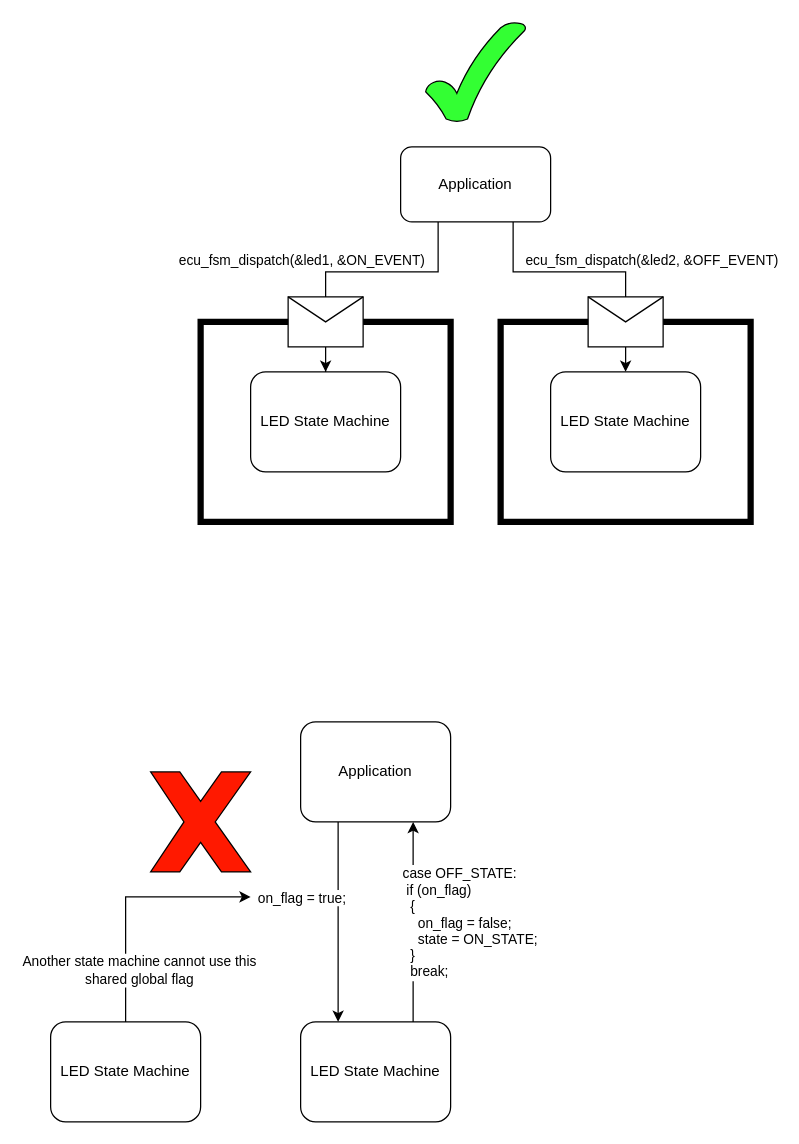
Earlier version of the draw.io diagram page "event_driven_paradigm_multiple_instances" (10 of 15) of doc/images/fsm/fsm.drawio (ress059/ecu). Source tidied: cells renumbered, new cells numbered last; positions are measured from the earlier drawing's top-left corner, leaving out a move shared by most shapes. Both pictures are drawn from the tidied source at 125%, with x=0, y=0 at pixel (50, 21).
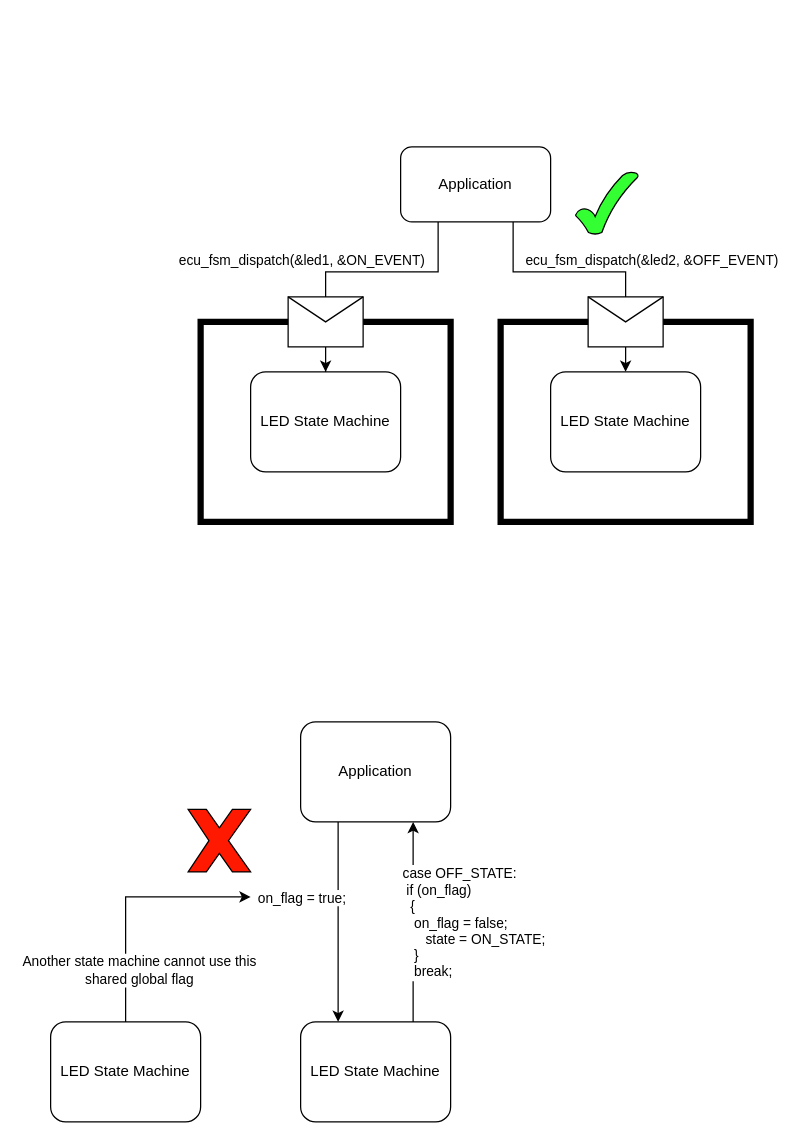
The same page after the edit.

The change refers to these unchanged cells:
```xml
<mxCell id="5" style="edgeStyle=orthogonalEdgeStyle;rounded=0;jettySize=auto;html=1;entryX=0.75;entryY=1;entryDx=0;entryDy=0;exitX=0.75;exitY=0;exitDx=0;exitDy=0;" parent="1" edge="1" source="7" target="10">
  <mxGeometry relative="1" as="geometry" />
</mxCell>
```

The edit, as a diff of the source:
```diff
@@
-    <mxCell id="6" value="case OFF_STATE:&lt;br&gt;&lt;span style=&quot;white-space: pre;&quot;&gt; &lt;/span&gt;if (on_flag)&lt;br&gt;&lt;span style=&quot;white-space: pre;&quot;&gt; &lt;span style=&quot;white-space: pre;&quot;&gt; &lt;/span&gt;&lt;/span&gt;{&lt;br&gt;&lt;span style=&quot;white-space: pre;&quot;&gt; &lt;/span&gt;&lt;span style=&quot;white-space: pre;&quot;&gt; &lt;span style=&quot;white-space: pre;&quot;&gt; &lt;/span&gt;&lt;span style=&quot;white-space: pre;&quot;&gt; &lt;/span&gt;&lt;/span&gt;on_flag&amp;nbsp;= false;&lt;br&gt;&lt;span style=&quot;white-space: pre;&quot;&gt; &lt;/span&gt;&lt;span style=&quot;white-space: pre;&quot;&gt; &lt;span style=&quot;white-space: pre;&quot;&gt; &lt;/span&gt;&lt;span style=&quot;white-space: pre;&quot;&gt; &lt;/span&gt;&lt;/span&gt;state = ON_STATE;&lt;br&gt;&lt;span style=&quot;white-space: pre;&quot;&gt; &lt;span style=&quot;white-space: pre;&quot;&gt; &lt;/span&gt;&lt;/span&gt;}&lt;br&gt;&lt;span style=&quot;white-space: pre;&quot;&gt; &lt;span style=&quot;white-space: pre;&quot;&gt; &lt;/span&gt;&lt;/span&gt;break;" style="edgeLabel;html=1;align=left;verticalAlign=middle;" parent="5" vertex="1">
+    <mxCell id="6" value="case OFF_STATE:&lt;br&gt;&lt;span style=&quot;white-space: pre;&quot;&gt; &lt;/span&gt;if (on_flag)&lt;br&gt;&lt;span style=&quot;white-space: pre;&quot;&gt; &lt;span style=&quot;white-space: pre;&quot;&gt; &lt;/span&gt;&lt;/span&gt;{&lt;br&gt;&lt;span style=&quot;white-space: pre;&quot;&gt; &lt;span style=&quot;white-space: pre;&quot;&gt; &lt;span style=&quot;white-space: pre;&quot;&gt; &lt;/span&gt;&lt;/span&gt;&lt;/span&gt;on_flag&amp;nbsp;= false;&lt;br&gt;&lt;span style=&quot;white-space: pre;&quot;&gt; &lt;/span&gt;&lt;span style=&quot;white-space: pre;&quot;&gt; &lt;span style=&quot;white-space: pre;&quot;&gt; &lt;/span&gt;&lt;span style=&quot;white-space: pre;&quot;&gt; &lt;span style=&quot;white-space: pre;&quot;&gt; &lt;span style=&quot;white-space: pre;&quot;&gt; &lt;/span&gt;&lt;/span&gt;&lt;/span&gt;&lt;/span&gt;state = ON_STATE;&lt;br&gt;&lt;span style=&quot;white-space: pre;&quot;&gt; &lt;span style=&quot;white-space: pre;&quot;&gt; &lt;span style=&quot;white-space: pre;&quot;&gt; &lt;/span&gt;&lt;/span&gt;&lt;/span&gt;}&lt;br&gt;&lt;span style=&quot;white-space: pre;&quot;&gt; &lt;span style=&quot;white-space: pre;&quot;&gt; &lt;span style=&quot;white-space: pre;&quot;&gt; &lt;/span&gt;&lt;/span&gt;&lt;/span&gt;break;" style="edgeLabel;html=1;align=left;verticalAlign=middle;" parent="5" vertex="1">
       <mxGeometry x="0.28" y="1" relative="1" as="geometry">
         <mxPoint x="-9" y="22" as="offset" />
       </mxGeometry>
     </mxCell>
@@
-    <mxCell id="13" style="verticalLabelPosition=bottom;verticalAlign=top;html=1;shape=mxgraph.basic.x;fillColor=#FF1900;" parent="1" vertex="1">
-      <mxGeometry x="80" y="600" width="80" height="80" as="geometry" />
-    </mxCell>
@@
-    <mxCell id="24" style="verticalLabelPosition=bottom;verticalAlign=top;html=1;shape=mxgraph.basic.tick;fillColor=#33FF33;" parent="1" vertex="1">
-      <mxGeometry x="300" width="80" height="80" as="geometry" />
-    </mxCell>
@@
+    <mxCell id="26" style="verticalLabelPosition=bottom;verticalAlign=top;html=1;shape=mxgraph.basic.tick;fillColor=#33FF33;" parent="1" vertex="1">
+      <mxGeometry x="420" y="120" width="50" height="50" as="geometry" />
+    </mxCell>
+    <mxCell id="27" style="verticalLabelPosition=bottom;verticalAlign=top;html=1;shape=mxgraph.basic.x;fillColor=#FF1900;" parent="1" vertex="1">
+      <mxGeometry x="110" y="630" width="50" height="50" as="geometry" />
+    </mxCell>
```
